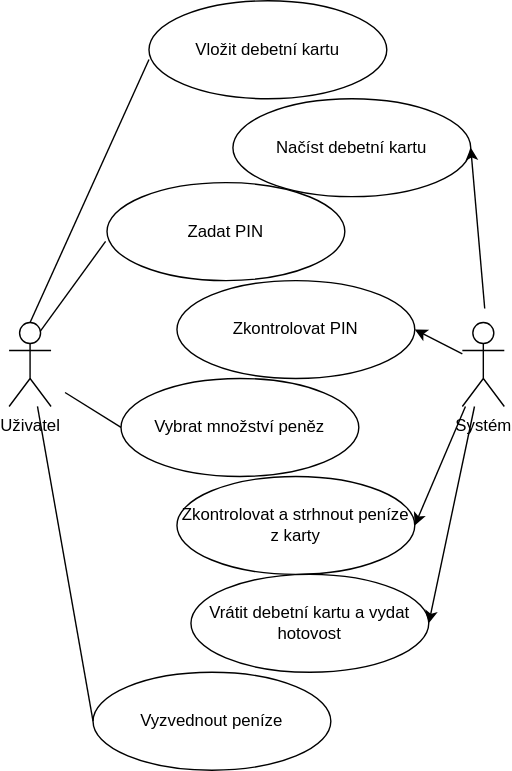
The draw.io diagram Bankomat Kelbasa.drawio.svg in TomasKelbasa/diagrams.net, before a commit. Source tidied: cells renumbered, new cells last; positions are measured from the earlier drawing's top-left corner, leaving out a move shared by most shapes. Source of this version:
```xml
<mxGraphModel>
  <root>
    <mxCell id="0" />
    <mxCell id="1" parent="0" />
    <mxCell id="2" value="Systém" style="shape=umlActor;verticalLabelPosition=bottom;verticalAlign=top;html=1;outlineConnect=0;" parent="1" vertex="1">
      <mxGeometry x="324" y="230" width="30" height="60" as="geometry" />
    </mxCell>
    <mxCell id="3" value="Uživatel" style="shape=umlActor;verticalLabelPosition=bottom;verticalAlign=top;html=1;outlineConnect=0;" parent="1" vertex="1">
      <mxGeometry y="230" width="30" height="60" as="geometry" />
    </mxCell>
    <mxCell id="4" value="Vložit debetní kartu" style="ellipse;whiteSpace=wrap;html=1;" parent="1" vertex="1">
      <mxGeometry x="100" width="170" height="70" as="geometry" />
    </mxCell>
    <mxCell id="5" style="endArrow=none;html=1;rounded=0;exitX=0.5;exitY=0;exitDx=0;exitDy=0;exitPerimeter=0;entryX=0;entryY=0.6;entryDx=0;entryDy=0;entryPerimeter=0;" parent="1" edge="1" source="3" target="4">
      <mxGeometry relative="1" as="geometry" />
    </mxCell>
    <mxCell id="6" value="Zkontrolovat a strhnout peníze z karty" style="ellipse;whiteSpace=wrap;html=1;" parent="1" vertex="1">
      <mxGeometry x="120" y="340" width="170" height="70" as="geometry" />
    </mxCell>
    <mxCell id="7" value="Načíst debetní kartu" style="ellipse;whiteSpace=wrap;html=1;" parent="1" vertex="1">
      <mxGeometry x="160" y="70" width="170" height="70" as="geometry" />
    </mxCell>
    <mxCell id="8" value="Zadat PIN" style="ellipse;whiteSpace=wrap;html=1;" parent="1" vertex="1">
      <mxGeometry x="70" y="130" width="170" height="70" as="geometry" />
    </mxCell>
    <mxCell id="9" value="Zkontrolovat PIN" style="ellipse;whiteSpace=wrap;html=1;" parent="1" vertex="1">
      <mxGeometry x="120" y="200" width="170" height="70" as="geometry" />
    </mxCell>
    <mxCell id="10" value="Vybrat množství peněz" style="ellipse;whiteSpace=wrap;html=1;" parent="1" vertex="1">
      <mxGeometry x="80" y="270" width="170" height="70" as="geometry" />
    </mxCell>
    <mxCell id="11" style="endArrow=classic;html=1;rounded=0;entryX=1;entryY=0.5;entryDx=0;entryDy=0;" parent="1" edge="1" target="7">
      <mxGeometry relative="1" as="geometry">
        <mxPoint x="340" y="220" as="sourcePoint" />
      </mxGeometry>
    </mxCell>
    <mxCell id="12" style="endArrow=none;html=1;rounded=0;exitX=0.75;exitY=0.1;exitDx=0;exitDy=0;exitPerimeter=0;entryX=-0.006;entryY=0.6;entryDx=0;entryDy=0;entryPerimeter=0;" parent="1" edge="1" source="3" target="8">
      <mxGeometry relative="1" as="geometry" />
    </mxCell>
    <mxCell id="13" style="endArrow=none;html=1;rounded=0;exitX=0;exitY=0.5;exitDx=0;exitDy=0;" parent="1" edge="1" source="10">
      <mxGeometry relative="1" as="geometry">
        <mxPoint x="40" y="280" as="targetPoint" />
      </mxGeometry>
    </mxCell>
    <mxCell id="14" style="endArrow=classic;html=1;rounded=0;entryX=1;entryY=0.5;entryDx=0;entryDy=0;" parent="1" edge="1" source="2" target="9">
      <mxGeometry relative="1" as="geometry" />
    </mxCell>
    <mxCell id="15" style="endArrow=classic;html=1;rounded=0;entryX=1;entryY=0.5;entryDx=0;entryDy=0;" parent="1" edge="1" source="2" target="6">
      <mxGeometry relative="1" as="geometry" />
    </mxCell>
    <mxCell id="16" value="Vrátit debetní kartu a vydat hotovost" style="ellipse;whiteSpace=wrap;html=1;" parent="1" vertex="1">
      <mxGeometry x="130" y="410" width="170" height="70" as="geometry" />
    </mxCell>
    <mxCell id="17" style="endArrow=classic;html=1;rounded=0;entryX=1;entryY=0.5;entryDx=0;entryDy=0;" parent="1" edge="1" source="2" target="16">
      <mxGeometry relative="1" as="geometry" />
    </mxCell>
    <mxCell id="18" value="Vyzvednout peníze" style="ellipse;whiteSpace=wrap;html=1;" parent="1" vertex="1">
      <mxGeometry x="60" y="480" width="170" height="70" as="geometry" />
    </mxCell>
    <mxCell id="19" style="endArrow=none;html=1;rounded=0;entryX=0;entryY=0.5;entryDx=0;entryDy=0;" parent="1" edge="1" source="3" target="18">
      <mxGeometry relative="1" as="geometry" />
    </mxCell>
  </root>
</mxGraphModel>
```
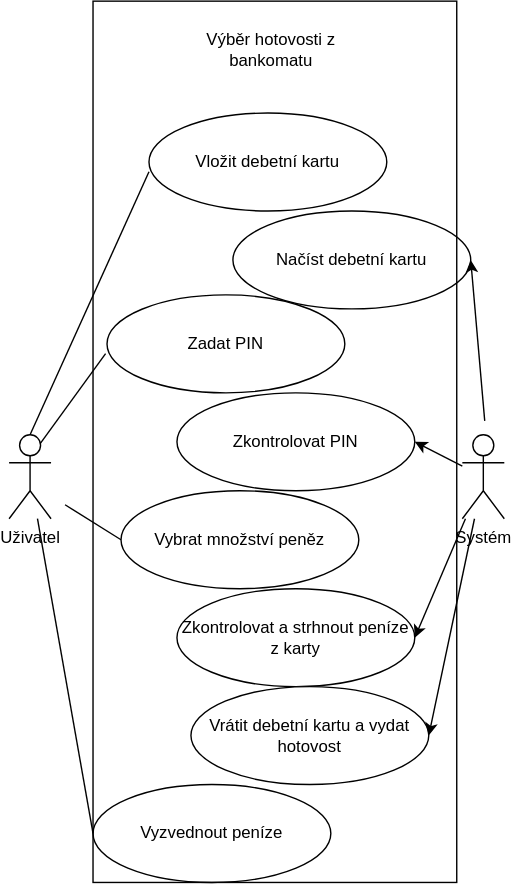
After the change.

The edit, as a diff of the source:
```diff
@@ -60,5 +60,11 @@
     <mxCell id="19" style="endArrow=none;html=1;rounded=0;entryX=0;entryY=0.5;entryDx=0;entryDy=0;" parent="1" edge="1" source="3" target="18">
       <mxGeometry relative="1" as="geometry" />
     </mxCell>
+    <mxCell id="20" style="rounded=0;whiteSpace=wrap;html=1;fillColor=none;" parent="1" vertex="1">
+      <mxGeometry x="60" y="-80" width="260" height="630" as="geometry" />
+    </mxCell>
+    <mxCell id="21" value="Výběr hotovosti z bankomatu" style="text;html=1;strokeColor=none;fillColor=none;align=center;verticalAlign=middle;whiteSpace=wrap;rounded=0;" parent="1" vertex="1">
+      <mxGeometry x="125" y="-60" width="125" height="30" as="geometry" />
+    </mxCell>
   </root>
 </mxGraphModel>
```
